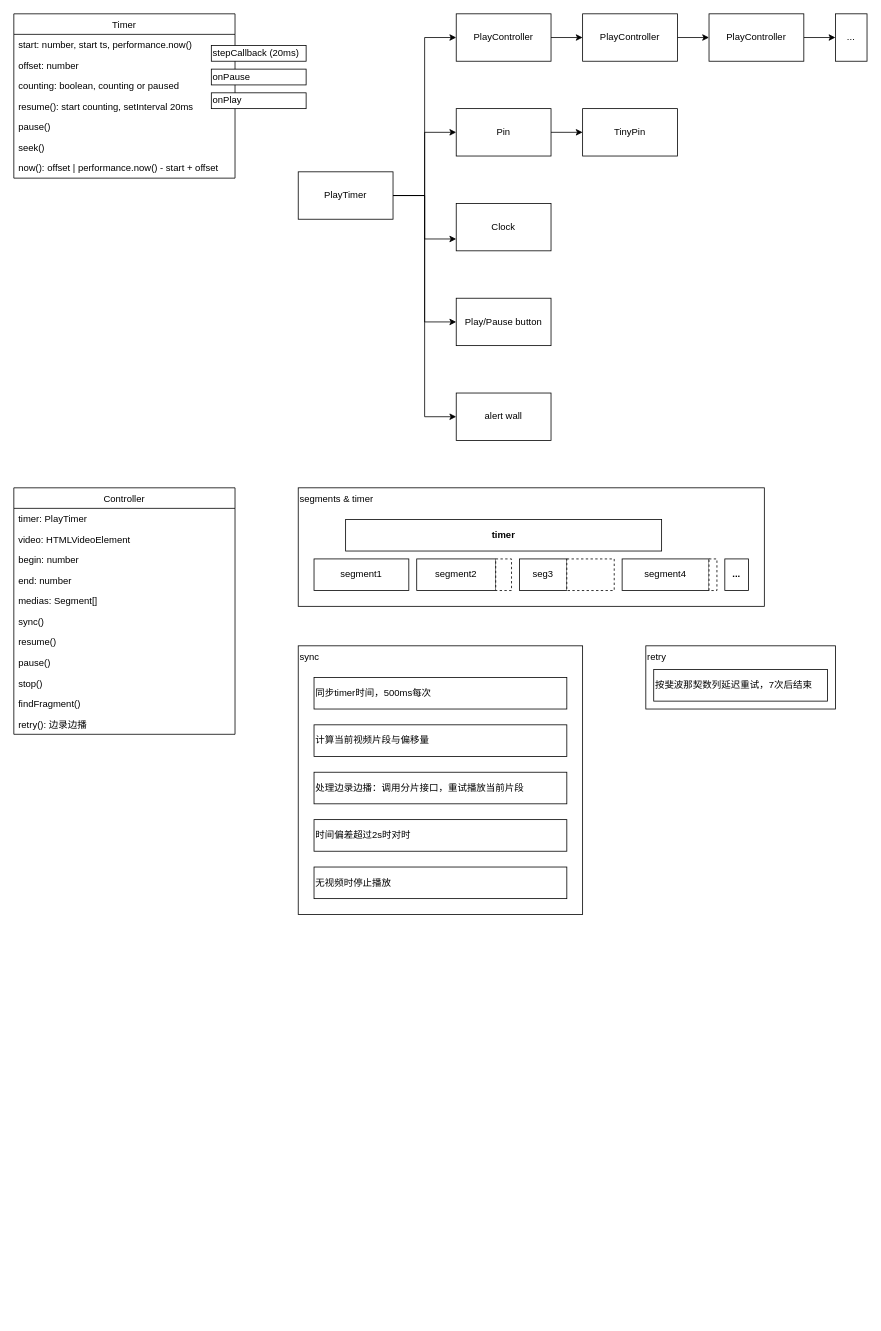
jiubao/note keeps this draw.io diagram as yt_record.drawio. Above is the earlier version. Source tidied: cells renumbered, new cells numbered last; positions are measured from the earlier drawing's top-left corner, leaving out a move shared by most shapes. Both pictures are drawn from the tidied source at 79%, with x=0, y=0 at pixel (13, 13).
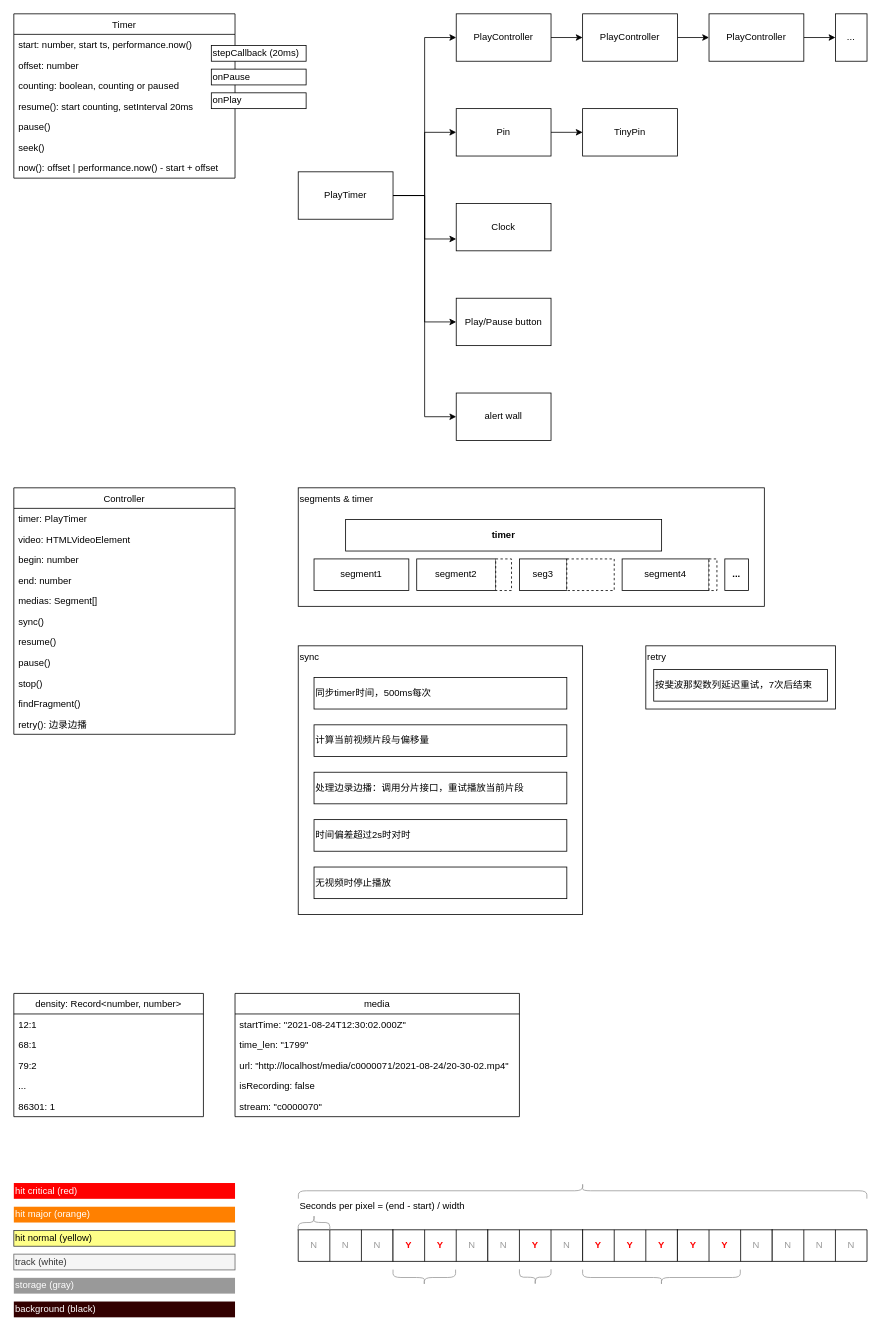
The same page after the edit.

The edit, as a diff of the source:
```diff
@@
+    <mxCell id="62" value="storage (gray)" style="rounded=0;whiteSpace=wrap;html=1;align=left;verticalAlign=middle;fontColor=#ffffff;strokeColor=none;fillColor=#999999;" parent="1" vertex="1">
+      <mxGeometry y="1600" width="280" height="20" as="geometry" />
+    </mxCell>
+    <mxCell id="63" value="track (white)" style="rounded=0;whiteSpace=wrap;html=1;align=left;verticalAlign=middle;fillColor=#f5f5f5;strokeColor=#666666;fontColor=#333333;" parent="1" vertex="1">
+      <mxGeometry y="1570" width="280" height="20" as="geometry" />
+    </mxCell>
+    <mxCell id="64" value="hit normal (yellow)" style="rounded=0;whiteSpace=wrap;html=1;align=left;verticalAlign=middle;fillColor=#ffff88;strokeColor=#36393d;" parent="1" vertex="1">
+      <mxGeometry y="1540" width="280" height="20" as="geometry" />
+    </mxCell>
+    <mxCell id="65" value="hit critical (red)" style="rounded=0;whiteSpace=wrap;html=1;align=left;verticalAlign=middle;fontColor=#ffffff;strokeColor=none;fillColor=#FF0000;" parent="1" vertex="1">
+      <mxGeometry y="1480" width="280" height="20" as="geometry" />
+    </mxCell>
+    <mxCell id="66" value="hit major (orange)" style="rounded=0;whiteSpace=wrap;html=1;align=left;verticalAlign=middle;fontColor=#ffffff;fillColor=#FF8000;strokeColor=none;" parent="1" vertex="1">
+      <mxGeometry y="1510" width="280" height="20" as="geometry" />
+    </mxCell>
+    <mxCell id="67" value="background (black)" style="rounded=0;whiteSpace=wrap;html=1;align=left;verticalAlign=middle;fontColor=#ffffff;fillColor=#330000;strokeColor=none;" parent="1" vertex="1">
+      <mxGeometry y="1630" width="280" height="20" as="geometry" />
+    </mxCell>
+    <mxCell id="68" style="shape=table;html=1;whiteSpace=wrap;startSize=0;childLayout=tableLayout;align=left;verticalAlign=middle;" parent="1" vertex="1">
+      <mxGeometry x="360" y="1539.2" width="120" height="40" as="geometry" />
+    </mxCell>
+    <mxCell id="69" style="shape=partialRectangle;html=1;whiteSpace=wrap;fillColor=none;top=0;left=0;bottom=0;right=0;" parent="68" vertex="1">
+      <mxGeometry width="120" height="40" as="geometry" />
+    </mxCell>
+    <mxCell id="70" value="N" style="shape=partialRectangle;html=1;whiteSpace=wrap;fillColor=none;top=0;left=0;bottom=0;right=0;overflow=hidden;fontColor=#999999;" parent="69" vertex="1">
+      <mxGeometry width="40" height="40" as="geometry" />
+    </mxCell>
+    <mxCell id="71" value="N" style="shape=partialRectangle;html=1;whiteSpace=wrap;fillColor=none;top=0;left=0;bottom=0;right=0;overflow=hidden;fontColor=#999999;" parent="69" vertex="1">
+      <mxGeometry x="40" width="40" height="40" as="geometry" />
+    </mxCell>
+    <mxCell id="72" value="N" style="shape=partialRectangle;html=1;whiteSpace=wrap;fillColor=none;top=0;left=0;bottom=0;right=0;overflow=hidden;fontColor=#999999;" parent="69" vertex="1">
+      <mxGeometry x="80" width="40" height="40" as="geometry" />
+    </mxCell>
+    <mxCell id="73" style="shape=table;html=1;whiteSpace=wrap;startSize=0;childLayout=tableLayout;align=left;verticalAlign=middle;" parent="1" vertex="1">
+      <mxGeometry x="480" y="1539.2" width="120" height="40" as="geometry" />
+    </mxCell>
+    <mxCell id="74" style="shape=partialRectangle;html=1;whiteSpace=wrap;fillColor=none;top=0;left=0;bottom=0;right=0;" parent="73" vertex="1">
+      <mxGeometry width="120" height="40" as="geometry" />
+    </mxCell>
+    <mxCell id="75" value="Y" style="shape=partialRectangle;html=1;whiteSpace=wrap;fillColor=none;top=0;left=0;bottom=0;right=0;overflow=hidden;fontStyle=1;fontColor=#FF0000;" parent="74" vertex="1">
+      <mxGeometry width="40" height="40" as="geometry" />
+    </mxCell>
+    <mxCell id="76" value="Y" style="shape=partialRectangle;html=1;whiteSpace=wrap;fillColor=none;top=0;left=0;bottom=0;right=0;overflow=hidden;fontStyle=1;fontColor=#FF0000;" parent="74" vertex="1">
+      <mxGeometry x="40" width="40" height="40" as="geometry" />
+    </mxCell>
+    <mxCell id="77" value="N" style="shape=partialRectangle;html=1;whiteSpace=wrap;fillColor=none;top=0;left=0;bottom=0;right=0;overflow=hidden;fontColor=#999999;" parent="74" vertex="1">
+      <mxGeometry x="80" width="40" height="40" as="geometry" />
+    </mxCell>
+    <mxCell id="78" style="shape=table;html=1;whiteSpace=wrap;startSize=0;childLayout=tableLayout;align=left;verticalAlign=middle;" parent="1" vertex="1">
+      <mxGeometry x="600" y="1539.2" width="120" height="40" as="geometry" />
+    </mxCell>
+    <mxCell id="79" style="shape=partialRectangle;html=1;whiteSpace=wrap;fillColor=none;top=0;left=0;bottom=0;right=0;" parent="78" vertex="1">
+      <mxGeometry width="120" height="40" as="geometry" />
+    </mxCell>
+    <mxCell id="80" value="&lt;font color=&quot;#999999&quot;&gt;N&lt;/font&gt;" style="shape=partialRectangle;html=1;whiteSpace=wrap;fillColor=none;top=0;left=0;bottom=0;right=0;overflow=hidden;" parent="79" vertex="1">
+      <mxGeometry width="40" height="40" as="geometry" />
+    </mxCell>
+    <mxCell id="81" value="Y" style="shape=partialRectangle;html=1;whiteSpace=wrap;fillColor=none;top=0;left=0;bottom=0;right=0;overflow=hidden;fontStyle=1;fontColor=#FF0000;" parent="79" vertex="1">
+      <mxGeometry x="40" width="40" height="40" as="geometry" />
+    </mxCell>
+    <mxCell id="82" value="N" style="shape=partialRectangle;html=1;whiteSpace=wrap;fillColor=none;top=0;left=0;bottom=0;right=0;overflow=hidden;fontColor=#999999;" parent="79" vertex="1">
+      <mxGeometry x="80" width="40" height="40" as="geometry" />
+    </mxCell>
+    <mxCell id="83" style="shape=table;html=1;whiteSpace=wrap;startSize=0;childLayout=tableLayout;align=left;verticalAlign=middle;fontStyle=0;" parent="1" vertex="1">
+      <mxGeometry x="720" y="1539.2" width="120" height="40" as="geometry" />
+    </mxCell>
+    <mxCell id="84" style="shape=partialRectangle;html=1;whiteSpace=wrap;fillColor=none;top=0;left=0;bottom=0;right=0;" parent="83" vertex="1">
+      <mxGeometry width="120" height="40" as="geometry" />
+    </mxCell>
+    <mxCell id="85" value="Y" style="shape=partialRectangle;html=1;whiteSpace=wrap;fillColor=none;top=0;left=0;bottom=0;right=0;overflow=hidden;fontStyle=1;fontColor=#FF0000;" parent="84" vertex="1">
+      <mxGeometry width="40" height="40" as="geometry" />
+    </mxCell>
+    <mxCell id="86" value="Y" style="shape=partialRectangle;html=1;whiteSpace=wrap;fillColor=none;top=0;left=0;bottom=0;right=0;overflow=hidden;fontStyle=1;fontColor=#FF0000;" parent="84" vertex="1">
+      <mxGeometry x="40" width="40" height="40" as="geometry" />
+    </mxCell>
+    <mxCell id="87" value="Y" style="shape=partialRectangle;html=1;whiteSpace=wrap;fillColor=none;top=0;left=0;bottom=0;right=0;overflow=hidden;fontStyle=1;fontColor=#FF0000;" parent="84" vertex="1">
+      <mxGeometry x="80" width="40" height="40" as="geometry" />
+    </mxCell>
+    <mxCell id="88" style="shape=table;html=1;whiteSpace=wrap;startSize=0;childLayout=tableLayout;align=left;verticalAlign=middle;" parent="1" vertex="1">
+      <mxGeometry x="840" y="1539.2" width="120" height="40" as="geometry" />
+    </mxCell>
+    <mxCell id="89" style="shape=partialRectangle;html=1;whiteSpace=wrap;fillColor=none;top=0;left=0;bottom=0;right=0;" parent="88" vertex="1">
+      <mxGeometry width="120" height="40" as="geometry" />
+    </mxCell>
+    <mxCell id="90" value="Y" style="shape=partialRectangle;html=1;whiteSpace=wrap;fillColor=none;top=0;left=0;bottom=0;right=0;overflow=hidden;fontStyle=1;fontColor=#FF0000;" parent="89" vertex="1">
+      <mxGeometry width="40" height="40" as="geometry" />
+    </mxCell>
+    <mxCell id="91" value="Y" style="shape=partialRectangle;html=1;whiteSpace=wrap;fillColor=none;top=0;left=0;bottom=0;right=0;overflow=hidden;fontStyle=1;fontColor=#FF0000;" parent="89" vertex="1">
+      <mxGeometry x="40" width="40" height="40" as="geometry" />
+    </mxCell>
+    <mxCell id="92" value="N" style="shape=partialRectangle;html=1;whiteSpace=wrap;fillColor=none;top=0;left=0;bottom=0;right=0;overflow=hidden;fontColor=#999999;" parent="89" vertex="1">
+      <mxGeometry x="80" width="40" height="40" as="geometry" />
+    </mxCell>
+    <mxCell id="93" style="shape=table;html=1;whiteSpace=wrap;startSize=0;childLayout=tableLayout;align=left;verticalAlign=middle;" parent="1" vertex="1">
+      <mxGeometry x="960" y="1539.2" width="120" height="40" as="geometry" />
+    </mxCell>
+    <mxCell id="94" style="shape=partialRectangle;html=1;whiteSpace=wrap;fillColor=none;top=0;left=0;bottom=0;right=0;" parent="93" vertex="1">
+      <mxGeometry width="120" height="40" as="geometry" />
+    </mxCell>
+    <mxCell id="95" value="N" style="shape=partialRectangle;html=1;whiteSpace=wrap;fillColor=none;top=0;left=0;bottom=0;right=0;overflow=hidden;fontColor=#999999;" parent="94" vertex="1">
+      <mxGeometry width="40" height="40" as="geometry" />
+    </mxCell>
+    <mxCell id="96" value="N" style="shape=partialRectangle;html=1;whiteSpace=wrap;fillColor=none;top=0;left=0;bottom=0;right=0;overflow=hidden;fontColor=#999999;" parent="94" vertex="1">
+      <mxGeometry x="40" width="40" height="40" as="geometry" />
+    </mxCell>
+    <mxCell id="97" value="N" style="shape=partialRectangle;html=1;whiteSpace=wrap;fillColor=none;top=0;left=0;bottom=0;right=0;overflow=hidden;fontColor=#999999;" parent="94" vertex="1">
+      <mxGeometry x="80" width="40" height="40" as="geometry" />
+    </mxCell>
+    <mxCell id="98" value="Seconds per pixel = (end - start) / width" style="text;html=1;strokeColor=none;fillColor=none;align=left;verticalAlign=middle;whiteSpace=wrap;rounded=0;" parent="1" vertex="1">
+      <mxGeometry x="360" y="1499.8" width="240" height="20" as="geometry" />
+    </mxCell>
+    <mxCell id="99" style="shape=curlyBracket;whiteSpace=wrap;html=1;rounded=1;flipH=1;fontColor=#000000;strokeColor=#999999;fillColor=#ffffff;align=left;verticalAlign=top;rotation=90;" parent="1" vertex="1">
+      <mxGeometry x="509.6" y="1560" width="20" height="79.2" as="geometry" />
+    </mxCell>
+    <mxCell id="100" style="shape=curlyBracket;whiteSpace=wrap;html=1;rounded=1;flipH=1;fontColor=#000000;strokeColor=#999999;fillColor=#ffffff;align=left;verticalAlign=top;rotation=90;" parent="1" vertex="1">
+      <mxGeometry x="809.8" y="1499.8" width="20" height="199.6" as="geometry" />
+    </mxCell>
+    <mxCell id="101" style="shape=curlyBracket;whiteSpace=wrap;html=1;rounded=1;flipH=1;fontColor=#000000;strokeColor=#999999;fillColor=#ffffff;align=left;verticalAlign=top;rotation=90;" parent="1" vertex="1">
+      <mxGeometry x="650" y="1579.2" width="20" height="40" as="geometry" />
+    </mxCell>
+    <mxCell id="102" style="shape=curlyBracket;whiteSpace=wrap;html=1;rounded=1;flipH=1;fontColor=#000000;strokeColor=#999999;fillColor=#ffffff;align=left;verticalAlign=top;rotation=-90;" parent="1" vertex="1">
+      <mxGeometry x="370" y="1510" width="20" height="40" as="geometry" />
+    </mxCell>
+    <mxCell id="103" style="shape=curlyBracket;whiteSpace=wrap;html=1;rounded=1;flipH=1;fontColor=#000000;strokeColor=#999999;fillColor=#ffffff;align=left;verticalAlign=top;rotation=-90;" parent="1" vertex="1">
+      <mxGeometry x="710" y="1130" width="20" height="719.6" as="geometry" />
+    </mxCell>
+    <mxCell id="104" value="media" style="swimlane;fontStyle=0;horizontal=1;startSize=26;" parent="1" vertex="1">
+      <mxGeometry x="280" y="1240" width="360" height="156" as="geometry" />
+    </mxCell>
+    <mxCell id="105" value="startTime: &quot;2021-08-24T12:30:02.000Z&quot;" style="text;strokeColor=none;fillColor=none;align=left;verticalAlign=top;spacingLeft=4;spacingRight=4;overflow=hidden;" parent="104" vertex="1">
+      <mxGeometry y="26" width="360" height="26" as="geometry" />
+    </mxCell>
+    <mxCell id="106" value="time_len: &quot;1799&quot;" style="text;strokeColor=none;fillColor=none;align=left;verticalAlign=top;spacingLeft=4;spacingRight=4;overflow=hidden;" parent="104" vertex="1">
+      <mxGeometry y="52" width="360" height="26" as="geometry" />
+    </mxCell>
+    <mxCell id="107" value="url: &quot;http://localhost/media/c0000071/2021-08-24/20-30-02.mp4&quot;" style="text;strokeColor=none;fillColor=none;align=left;verticalAlign=top;spacingLeft=4;spacingRight=4;overflow=hidden;" parent="104" vertex="1">
+      <mxGeometry y="78" width="360" height="26" as="geometry" />
+    </mxCell>
+    <mxCell id="108" value="isRecording: false" style="text;strokeColor=none;fillColor=none;align=left;verticalAlign=top;spacingLeft=4;spacingRight=4;overflow=hidden;" parent="104" vertex="1">
+      <mxGeometry y="104" width="360" height="26" as="geometry" />
+    </mxCell>
+    <mxCell id="109" value="stream: &quot;c0000070&quot;" style="text;strokeColor=none;fillColor=none;align=left;verticalAlign=top;spacingLeft=4;spacingRight=4;overflow=hidden;" parent="104" vertex="1">
+      <mxGeometry y="130" width="360" height="26" as="geometry" />
+    </mxCell>
+    <mxCell id="110" value="density: Record&lt;number, number&gt;" style="swimlane;fontStyle=0;horizontal=1;startSize=26;" parent="1" vertex="1">
+      <mxGeometry y="1240" width="240" height="156" as="geometry" />
+    </mxCell>
+    <mxCell id="111" value="12:1" style="text;strokeColor=none;fillColor=none;align=left;verticalAlign=top;spacingLeft=4;spacingRight=4;overflow=hidden;" parent="110" vertex="1">
+      <mxGeometry y="26" width="240" height="26" as="geometry" />
+    </mxCell>
+    <mxCell id="112" value="68:1" style="text;strokeColor=none;fillColor=none;align=left;verticalAlign=top;spacingLeft=4;spacingRight=4;overflow=hidden;" parent="110" vertex="1">
+      <mxGeometry y="52" width="240" height="26" as="geometry" />
+    </mxCell>
+    <mxCell id="113" value="79:2" style="text;strokeColor=none;fillColor=none;align=left;verticalAlign=top;spacingLeft=4;spacingRight=4;overflow=hidden;" parent="110" vertex="1">
+      <mxGeometry y="78" width="240" height="26" as="geometry" />
+    </mxCell>
+    <mxCell id="114" value="..." style="text;strokeColor=none;fillColor=none;align=left;verticalAlign=top;spacingLeft=4;spacingRight=4;overflow=hidden;" parent="110" vertex="1">
+      <mxGeometry y="104" width="240" height="26" as="geometry" />
+    </mxCell>
+    <mxCell id="115" value="86301: 1" style="text;strokeColor=none;fillColor=none;align=left;verticalAlign=top;spacingLeft=4;spacingRight=4;overflow=hidden;" parent="110" vertex="1">
+      <mxGeometry y="130" width="240" height="26" as="geometry" />
+    </mxCell>
```
